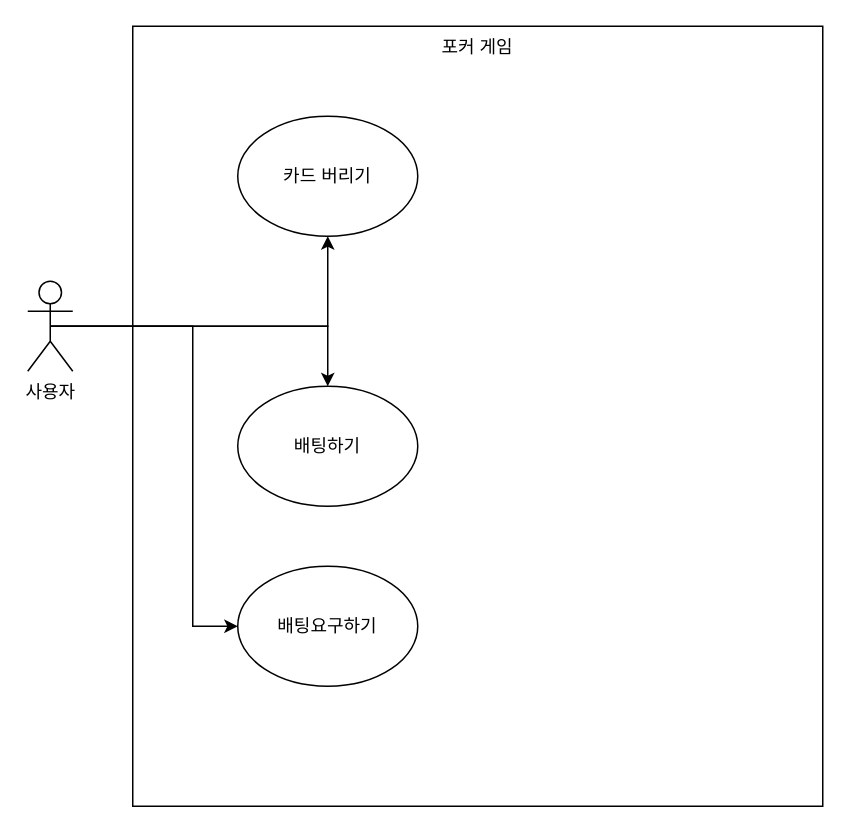
This is Untitled Diagram.drawio from seonmin8284/Poker, a draw.io file, before an edit. Source tidied: cells renumbered, new cells numbered last; positions are measured from the earlier drawing's top-left corner, leaving out a move shared by most shapes. Both pictures are drawn from the tidied source at 150%, with x=0, y=0 at pixel (27, 26).
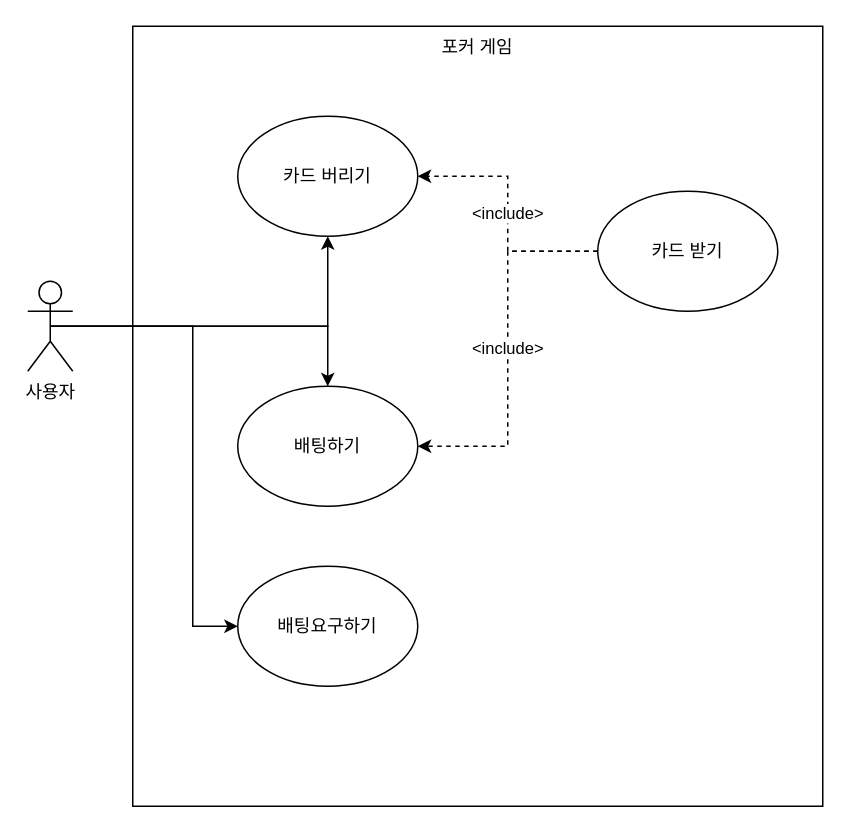
The same page after the edit.

Diff of the diagram source:
```diff
@@
 <mxGraphModel>
   <root>
     <mxCell id="0" />
     <mxCell id="1" parent="0" />
     <mxCell id="2" value="포커 게임" style="rounded=0;whiteSpace=wrap;html=1;verticalAlign=top;" parent="1" vertex="1">
       <mxGeometry x="70" width="460" height="520" as="geometry" />
     </mxCell>
     <mxCell id="3" style="edgeStyle=orthogonalEdgeStyle;rounded=0;jettySize=auto;html=1;exitX=0.5;exitY=0.5;exitDx=0;exitDy=0;exitPerimeter=0;fontColor=default;endArrow=classic;endFill=1;" parent="1" edge="1" source="6" target="7">
       <mxGeometry relative="1" as="geometry" />
     </mxCell>
     <mxCell id="4" style="edgeStyle=orthogonalEdgeStyle;rounded=0;jettySize=auto;html=1;exitX=0.5;exitY=0.5;exitDx=0;exitDy=0;exitPerimeter=0;fontColor=default;endArrow=classic;endFill=1;" parent="1" edge="1" source="6" target="8">
       <mxGeometry relative="1" as="geometry">
         <Array as="points">
           <mxPoint x="200" y="200" />
         </Array>
       </mxGeometry>
     </mxCell>
     <mxCell id="5" style="edgeStyle=orthogonalEdgeStyle;rounded=0;jettySize=auto;html=1;exitX=0.5;exitY=0.5;exitDx=0;exitDy=0;exitPerimeter=0;fontColor=default;endArrow=classic;endFill=1;" parent="1" edge="1" source="6" target="9">
       <mxGeometry relative="1" as="geometry">
         <Array as="points">
           <mxPoint x="110" y="200" />
           <mxPoint x="110" y="400" />
         </Array>
       </mxGeometry>
     </mxCell>
     <mxCell id="6" value="사용자" style="shape=umlActor;verticalLabelPosition=bottom;verticalAlign=top;html=1;outlineConnect=0;" parent="1" vertex="1">
       <mxGeometry y="170" width="30" height="60" as="geometry" />
     </mxCell>
     <mxCell id="7" value="카드 버리기" style="ellipse;whiteSpace=wrap;html=1;fontColor=default;align=center;verticalAlign=middle;" parent="1" vertex="1">
       <mxGeometry x="140" y="60" width="120" height="80" as="geometry" />
     </mxCell>
     <mxCell id="8" value="배팅하기" style="ellipse;whiteSpace=wrap;html=1;fontColor=default;align=center;verticalAlign=middle;" parent="1" vertex="1">
       <mxGeometry x="140" y="240" width="120" height="80" as="geometry" />
     </mxCell>
     <mxCell id="9" value="배팅요구하기" style="ellipse;whiteSpace=wrap;html=1;fontColor=default;align=center;verticalAlign=middle;" parent="1" vertex="1">
       <mxGeometry x="140" y="360" width="120" height="80" as="geometry" />
     </mxCell>
+    <mxCell id="10" value="&amp;lt;include&amp;gt;" style="edgeStyle=orthogonalEdgeStyle;rounded=0;jettySize=auto;html=1;dashed=1;" parent="1" edge="1" source="12" target="7">
+      <mxGeometry relative="1" as="geometry" />
+    </mxCell>
+    <mxCell id="11" value="&amp;lt;include&amp;gt;" style="edgeStyle=orthogonalEdgeStyle;rounded=0;jettySize=auto;html=1;dashed=1;" parent="1" edge="1" source="12" target="8">
+      <mxGeometry relative="1" as="geometry">
+        <Array as="points">
+          <mxPoint x="320" y="150" />
+          <mxPoint x="320" y="280" />
+        </Array>
+      </mxGeometry>
+    </mxCell>
+    <mxCell id="12" value="카드 받기" style="ellipse;whiteSpace=wrap;html=1;" parent="1" vertex="1">
+      <mxGeometry x="380" y="110" width="120" height="80" as="geometry" />
+    </mxCell>
   </root>
 </mxGraphModel>
```
